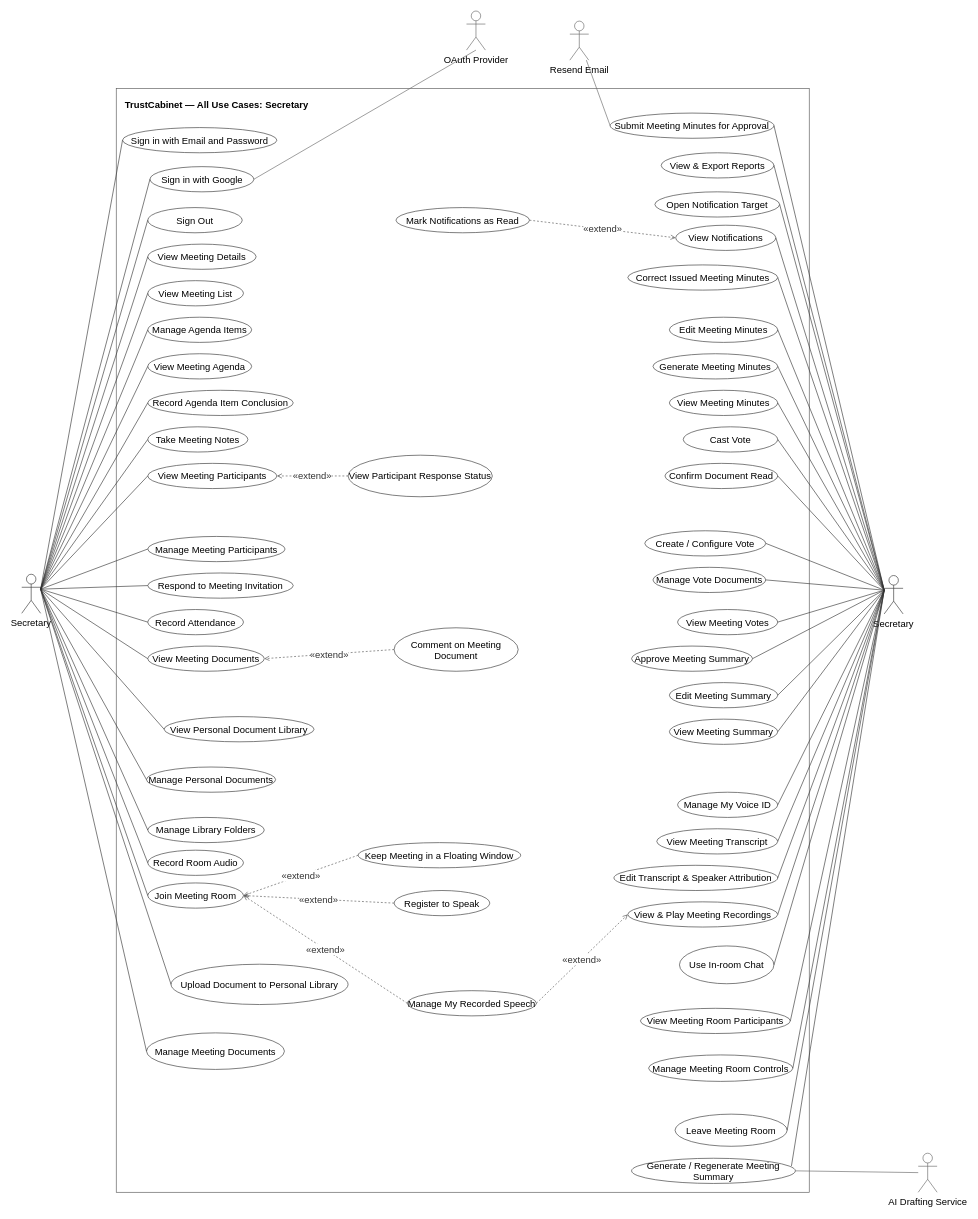
Above: page "Secretary" (5 of 8) of docs/14-uc-diagram/trustcabinet-use-cases.drawio in callmehai/FU-FA26-G116 (draw.io), before the change. Source tidied: cells renumbered, new cells numbered last; positions are measured from the earlier drawing's top-left corner, leaving out a move shared by most shapes. Both pictures are drawn from the tidied source at 63%, with x=0, y=0 at pixel (21, 11).
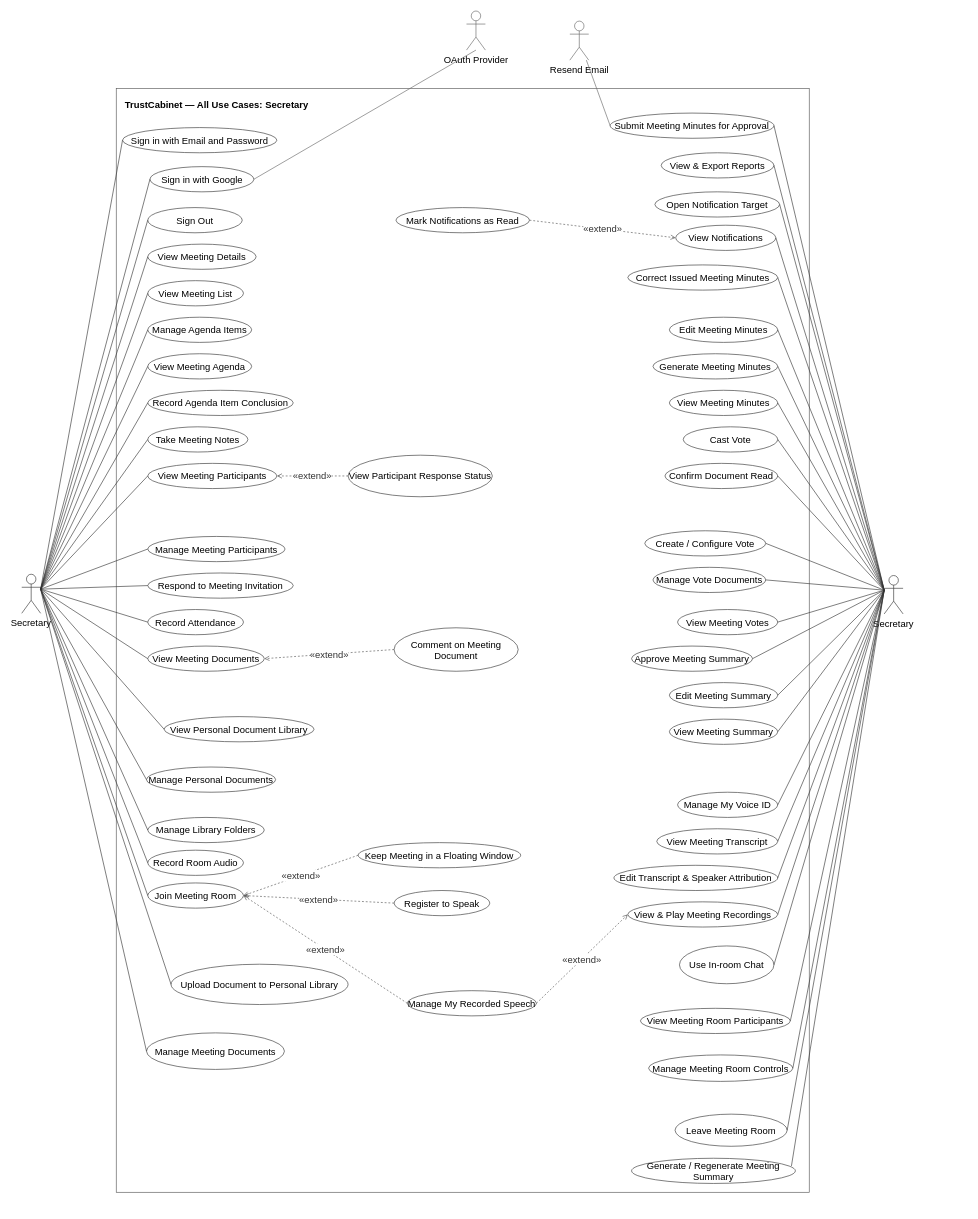
After the change.

Unchanged cells that the change refers to:
```xml
<mxCell id="36" value="Generate / Regenerate Meeting Summary" style="ellipse;whiteSpace=wrap;html=1;align=center;verticalAlign=middle;fontSize=15;strokeColor=#333333;fillColor=#ffffff;" parent="1" vertex="1">
  <mxGeometry x="968" y="1821" width="260" height="40" as="geometry" />
</mxCell>
```

The edit, as a diff of the source:
```diff
@@
-    <mxCell id="114" value="AI Drafting Service" style="shape=umlActor;verticalLabelPosition=bottom;verticalAlign=top;html=1;outlineConnect=0;fillColor=#ffffff;strokeColor=#666666;fontSize=15;" parent="1" vertex="1">
-      <mxGeometry x="1423" y="1813" width="30" height="62" as="geometry" />
-    </mxCell>
-    <mxCell id="115" style="rounded=0;strokeColor=#666666;html=1;strokeWidth=1;endArrow=none;startArrow=none;exitX=1;exitY=0.5;exitDx=0;exitDy=0;fontSize=15;" parent="1" edge="1" source="36" target="114">
-      <mxGeometry relative="1" as="geometry" />
-    </mxCell>
```
